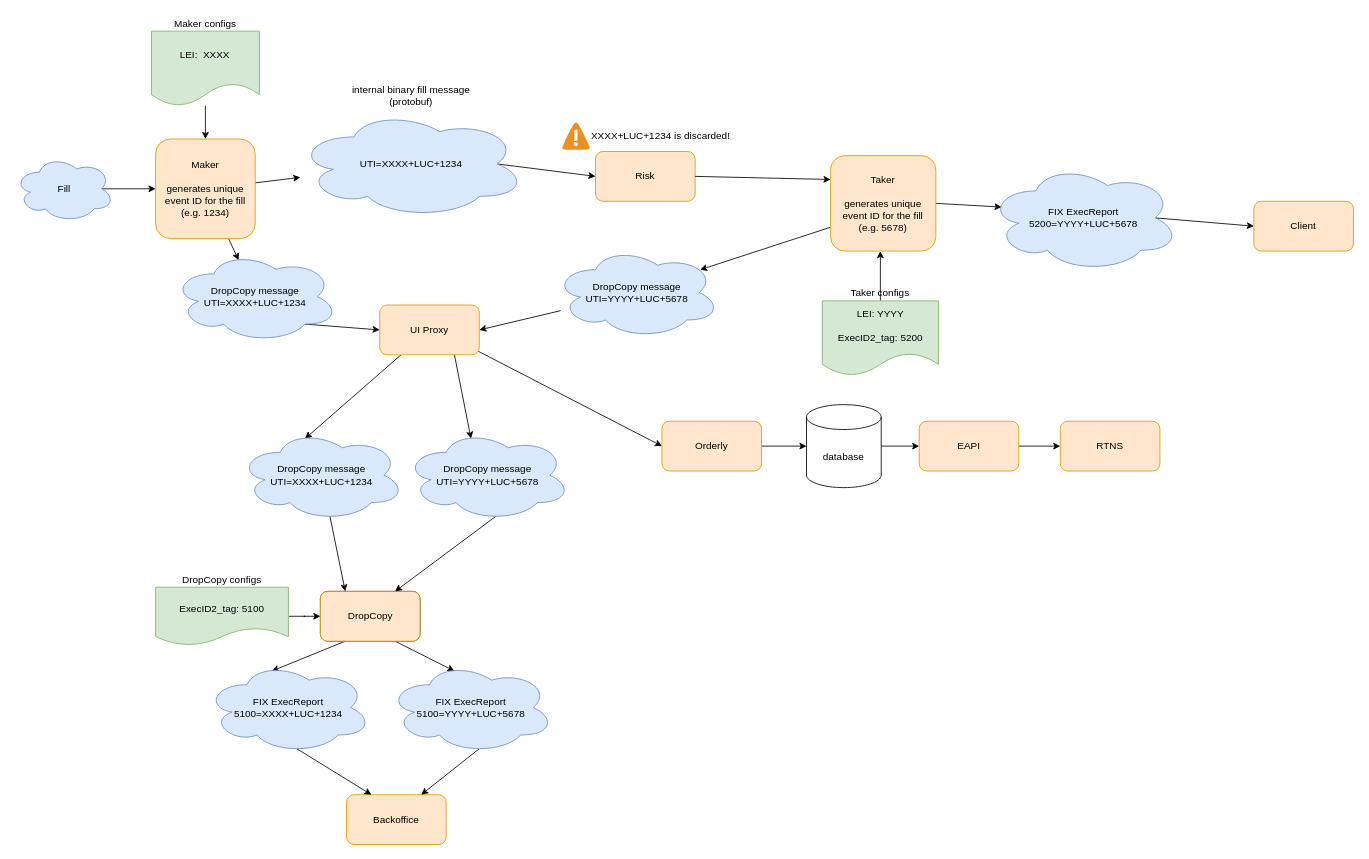
Above: CH-33496.drawio in tim-lucera/diagrams (draw.io), before the change. Source tidied: cells renumbered, new cells numbered last; positions are measured from the earlier drawing's top-left corner, leaving out a move shared by most shapes. Both pictures are drawn from the tidied source at 83%, with x=0, y=0 at pixel (14, 31).
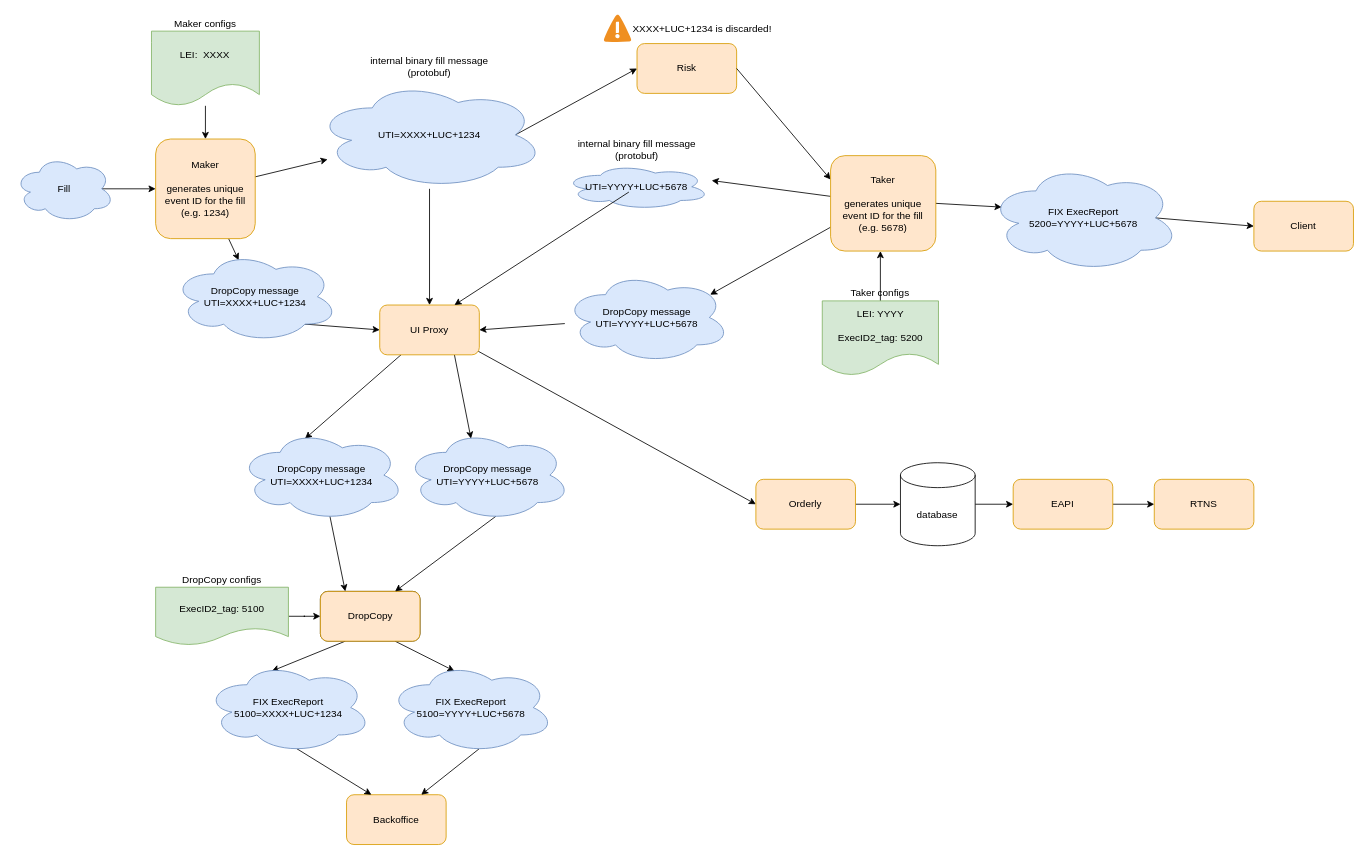
The same page after the edit.

Unchanged cells that the change refers to:
```xml
<mxCell id="33" value="&lt;div&gt;Taker&lt;/div&gt;&lt;div&gt;&lt;br&gt;&lt;/div&gt;&lt;div&gt;generates unique event ID for the fill&lt;br&gt;&lt;/div&gt;&lt;div&gt;(e.g. 5678)&lt;br&gt;&lt;/div&gt;" style="rounded=1;whiteSpace=wrap;html=1;fillColor=#ffe6cc;strokeColor=#d79b00;" parent="1" vertex="1">
  <mxGeometry x="983.2" y="150" width="126.8" height="115" as="geometry" />
</mxCell>
<mxCell id="36" value="UI Proxy" style="rounded=1;whiteSpace=wrap;html=1;fillColor=#ffe6cc;strokeColor=#d79b00;" parent="1" vertex="1">
  <mxGeometry x="440" y="330" width="120" height="60" as="geometry" />
</mxCell>
<mxCell id="47" value="&lt;div&gt;internal binary fill message&lt;/div&gt;&lt;div&gt;(protobuf)&lt;br&gt;&lt;/div&gt;" style="ellipse;shape=cloud;whiteSpace=wrap;html=1;labelPosition=center;verticalLabelPosition=top;align=center;verticalAlign=bottom;fillColor=#dae8fc;strokeColor=#6c8ebf;" parent="46" vertex="1">
  <mxGeometry width="275.8" height="130" as="geometry" />
</mxCell>
```

What changed in the source:
```diff
@@
     <mxCell id="8" value="Risk" style="rounded=1;whiteSpace=wrap;html=1;fillColor=#ffe6cc;strokeColor=#d79b00;" parent="1" vertex="1">
-      <mxGeometry x="700" y="145" width="120" height="60" as="geometry" />
+      <mxGeometry x="750" y="15" width="120" height="60" as="geometry" />
     </mxCell>
@@
     <mxCell id="16" value="Orderly" style="rounded=1;whiteSpace=wrap;html=1;fillColor=#ffe6cc;strokeColor=#d79b00;" parent="1" vertex="1">
-      <mxGeometry x="780" y="470" width="120" height="60" as="geometry" />
+      <mxGeometry x="893.2" y="540" width="120" height="60" as="geometry" />
     </mxCell>
@@
     <mxCell id="18" value="database" style="shape=cylinder3;whiteSpace=wrap;html=1;boundedLbl=1;backgroundOutline=1;size=15;" parent="1" vertex="1">
-      <mxGeometry x="954.2" y="450" width="90" height="100" as="geometry" />
+      <mxGeometry x="1067.4" y="520" width="90" height="100" as="geometry" />
     </mxCell>
@@
     <mxCell id="20" value="EAPI" style="rounded=1;whiteSpace=wrap;html=1;fillColor=#ffe6cc;strokeColor=#d79b00;" parent="1" vertex="1">
-      <mxGeometry x="1090" y="470" width="120" height="60" as="geometry" />
+      <mxGeometry x="1203.2" y="540" width="120" height="60" as="geometry" />
     </mxCell>
     <mxCell id="21" value="RTNS" style="rounded=1;whiteSpace=wrap;html=1;fillColor=#ffe6cc;strokeColor=#d79b00;" parent="1" vertex="1">
-      <mxGeometry x="1260" y="470" width="120" height="60" as="geometry" />
+      <mxGeometry x="1373.2" y="540" width="120" height="60" as="geometry" />
     </mxCell>
@@
     <mxCell id="24" value="XXXX+LUC+1234 is discarded!" style="shadow=0;dashed=0;html=1;strokeColor=none;fillColor=#4495D1;labelPosition=right;verticalLabelPosition=middle;verticalAlign=middle;align=left;shape=mxgraph.veeam.2d.alert;" parent="1" vertex="1">
-      <mxGeometry x="660" y="110" width="33.2" height="33.2" as="geometry" />
+      <mxGeometry x="710" y="-20" width="33.2" height="33.2" as="geometry" />
     </mxCell>
@@
+    <mxCell id="64" style="edgeStyle=none;rounded=0;jettySize=auto;html=1;" parent="1" edge="1" source="33">
+      <mxGeometry relative="1" as="geometry">
+        <mxPoint x="840" y="180" as="targetPoint" />
+      </mxGeometry>
+    </mxCell>
@@
     <mxCell id="46" style="group;" parent="1" vertex="1">
-      <mxGeometry x="340" y="95" width="275.8" height="130" as="geometry" />
+      <mxGeometry x="362.1" y="60" width="275.8" height="130" as="geometry" />
     </mxCell>
@@
     <mxCell id="56" value="&lt;div&gt;DropCopy message&lt;/div&gt;&lt;div&gt;UTI=YYYY+LUC+5678&lt;br&gt;&lt;/div&gt;" style="ellipse;shape=cloud;whiteSpace=wrap;html=1;fillColor=#dae8fc;strokeColor=#6c8ebf;" parent="1" vertex="1">
-      <mxGeometry x="650" y="260" width="200" height="110" as="geometry" />
+      <mxGeometry x="662.1" y="290" width="200" height="110" as="geometry" />
     </mxCell>
@@
+    <mxCell id="65" style="edgeStyle=none;rounded=0;jettySize=auto;html=1;entryX=0.5;entryY=0;entryDx=0;entryDy=0;" parent="1" edge="1" source="47" target="36">
+      <mxGeometry relative="1" as="geometry" />
+    </mxCell>
+    <mxCell id="66" style="group;" parent="1" vertex="1">
+      <mxGeometry x="662.1" y="160" width="175.8" height="55" as="geometry" />
+    </mxCell>
+    <mxCell id="67" value="&lt;div&gt;internal binary fill message&lt;/div&gt;&lt;div&gt;(protobuf)&lt;br&gt;&lt;/div&gt;" style="ellipse;shape=cloud;whiteSpace=wrap;html=1;labelPosition=center;verticalLabelPosition=top;align=center;verticalAlign=bottom;fillColor=#dae8fc;strokeColor=#6c8ebf;" parent="66" vertex="1">
+      <mxGeometry width="175.8" height="55" as="geometry" />
+    </mxCell>
+    <mxCell id="68" value="&lt;div&gt;UTI=YYYY+LUC+5678&lt;/div&gt;" style="text;html=1;strokeColor=none;fillColor=none;align=center;verticalAlign=middle;whiteSpace=wrap;rounded=0;" parent="66" vertex="1">
+      <mxGeometry x="43.3" y="21.2" width="89.2" height="12.7" as="geometry" />
+    </mxCell>
+    <mxCell id="69" style="edgeStyle=none;rounded=0;jettySize=auto;html=1;entryX=0.75;entryY=0;entryDx=0;entryDy=0;" parent="1" edge="1" source="68" target="36">
+      <mxGeometry relative="1" as="geometry" />
+    </mxCell>
```
